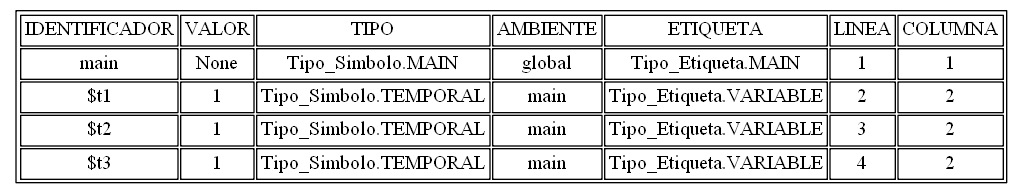
Earlier version of the Graphviz export tablasimbolos.png (AndreeAvalos/OLC2-AUGUS). Its source is kept beside it as tablasimbolos.dot.
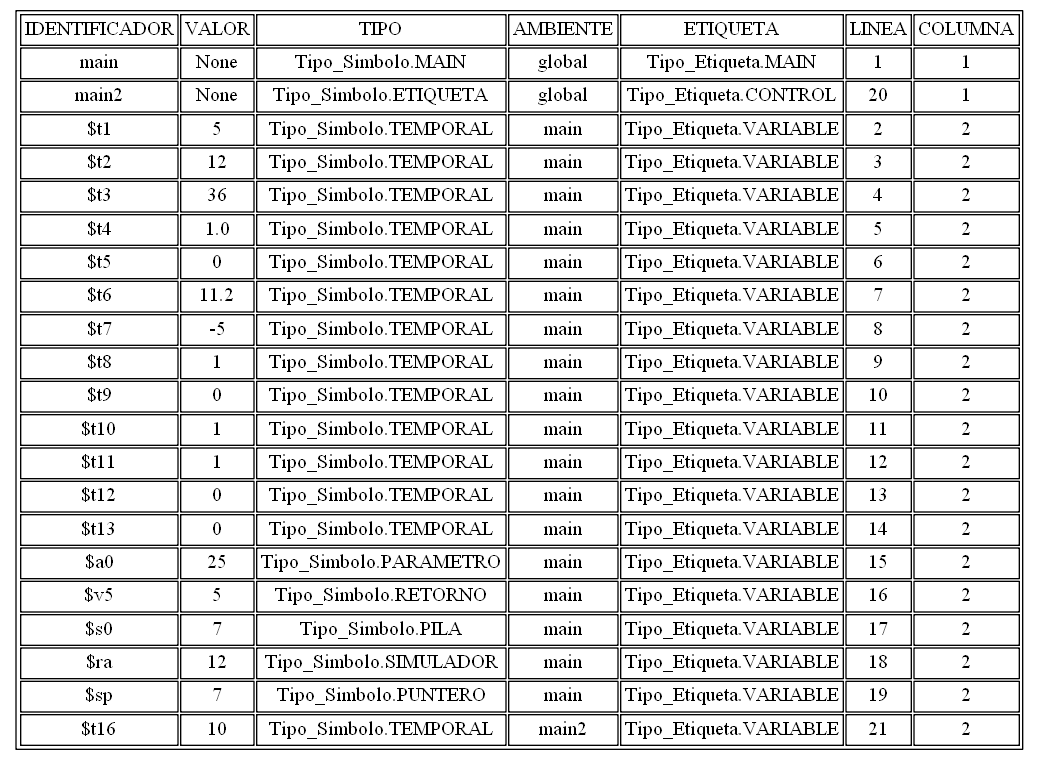
After the change.

Diff of the diagram source:
```diff
@@ -4,9 +4,26 @@
 arset [label=<<TABLE ALIGN="LEFT">
 <TR><TD>IDENTIFICADOR</TD><TD>VALOR</TD><TD>TIPO</TD><TD>AMBIENTE</TD><TD>ETIQUETA</TD><TD>LINEA</TD><TD>COLUMNA</TD></TR>
 <TR><TD>main</TD><TD>None</TD><TD>Tipo_Simbolo.MAIN</TD><TD>global</TD><TD>Tipo_Etiqueta.MAIN</TD><TD>1</TD><TD>1</TD></TR>
-<TR><TD>$t1</TD><TD>1</TD><TD>Tipo_Simbolo.TEMPORAL</TD><TD>main</TD><TD>Tipo_Etiqueta.VARIABLE</TD><TD>2</TD><TD>2</TD></TR>
-<TR><TD>$t2</TD><TD>1</TD><TD>Tipo_Simbolo.TEMPORAL</TD><TD>main</TD><TD>Tipo_Etiqueta.VARIABLE</TD><TD>3</TD><TD>2</TD></TR>
-<TR><TD>$t3</TD><TD>1</TD><TD>Tipo_Simbolo.TEMPORAL</TD><TD>main</TD><TD>Tipo_Etiqueta.VARIABLE</TD><TD>4</TD><TD>2</TD></TR>
+<TR><TD>main2</TD><TD>None</TD><TD>Tipo_Simbolo.ETIQUETA</TD><TD>global</TD><TD>Tipo_Etiqueta.CONTROL</TD><TD>20</TD><TD>1</TD></TR>
+<TR><TD>$t1</TD><TD>5</TD><TD>Tipo_Simbolo.TEMPORAL</TD><TD>main</TD><TD>Tipo_Etiqueta.VARIABLE</TD><TD>2</TD><TD>2</TD></TR>
+<TR><TD>$t2</TD><TD>12</TD><TD>Tipo_Simbolo.TEMPORAL</TD><TD>main</TD><TD>Tipo_Etiqueta.VARIABLE</TD><TD>3</TD><TD>2</TD></TR>
+<TR><TD>$t3</TD><TD>36</TD><TD>Tipo_Simbolo.TEMPORAL</TD><TD>main</TD><TD>Tipo_Etiqueta.VARIABLE</TD><TD>4</TD><TD>2</TD></TR>
+<TR><TD>$t4</TD><TD>1.0</TD><TD>Tipo_Simbolo.TEMPORAL</TD><TD>main</TD><TD>Tipo_Etiqueta.VARIABLE</TD><TD>5</TD><TD>2</TD></TR>
+<TR><TD>$t5</TD><TD>0</TD><TD>Tipo_Simbolo.TEMPORAL</TD><TD>main</TD><TD>Tipo_Etiqueta.VARIABLE</TD><TD>6</TD><TD>2</TD></TR>
+<TR><TD>$t6</TD><TD>11.2</TD><TD>Tipo_Simbolo.TEMPORAL</TD><TD>main</TD><TD>Tipo_Etiqueta.VARIABLE</TD><TD>7</TD><TD>2</TD></TR>
+<TR><TD>$t7</TD><TD>-5</TD><TD>Tipo_Simbolo.TEMPORAL</TD><TD>main</TD><TD>Tipo_Etiqueta.VARIABLE</TD><TD>8</TD><TD>2</TD></TR>
+<TR><TD>$t8</TD><TD>1</TD><TD>Tipo_Simbolo.TEMPORAL</TD><TD>main</TD><TD>Tipo_Etiqueta.VARIABLE</TD><TD>9</TD><TD>2</TD></TR>
+<TR><TD>$t9</TD><TD>0</TD><TD>Tipo_Simbolo.TEMPORAL</TD><TD>main</TD><TD>Tipo_Etiqueta.VARIABLE</TD><TD>10</TD><TD>2</TD></TR>
+<TR><TD>$t10</TD><TD>1</TD><TD>Tipo_Simbolo.TEMPORAL</TD><TD>main</TD><TD>Tipo_Etiqueta.VARIABLE</TD><TD>11</TD><TD>2</TD></TR>
+<TR><TD>$t11</TD><TD>1</TD><TD>Tipo_Simbolo.TEMPORAL</TD><TD>main</TD><TD>Tipo_Etiqueta.VARIABLE</TD><TD>12</TD><TD>2</TD></TR>
+<TR><TD>$t12</TD><TD>0</TD><TD>Tipo_Simbolo.TEMPORAL</TD><TD>main</TD><TD>Tipo_Etiqueta.VARIABLE</TD><TD>13</TD><TD>2</TD></TR>
+<TR><TD>$t13</TD><TD>0</TD><TD>Tipo_Simbolo.TEMPORAL</TD><TD>main</TD><TD>Tipo_Etiqueta.VARIABLE</TD><TD>14</TD><TD>2</TD></TR>
+<TR><TD>$a0</TD><TD>25</TD><TD>Tipo_Simbolo.PARAMETRO</TD><TD>main</TD><TD>Tipo_Etiqueta.VARIABLE</TD><TD>15</TD><TD>2</TD></TR>
+<TR><TD>$v5</TD><TD>5</TD><TD>Tipo_Simbolo.RETORNO</TD><TD>main</TD><TD>Tipo_Etiqueta.VARIABLE</TD><TD>16</TD><TD>2</TD></TR>
+<TR><TD>$s0</TD><TD>7</TD><TD>Tipo_Simbolo.PILA</TD><TD>main</TD><TD>Tipo_Etiqueta.VARIABLE</TD><TD>17</TD><TD>2</TD></TR>
+<TR><TD>$ra</TD><TD>12</TD><TD>Tipo_Simbolo.SIMULADOR</TD><TD>main</TD><TD>Tipo_Etiqueta.VARIABLE</TD><TD>18</TD><TD>2</TD></TR>
+<TR><TD>$sp</TD><TD>7</TD><TD>Tipo_Simbolo.PUNTERO</TD><TD>main</TD><TD>Tipo_Etiqueta.VARIABLE</TD><TD>19</TD><TD>2</TD></TR>
+<TR><TD>$t16</TD><TD>10</TD><TD>Tipo_Simbolo.TEMPORAL</TD><TD>main2</TD><TD>Tipo_Etiqueta.VARIABLE</TD><TD>21</TD><TD>2</TD></TR>
 </TABLE>
 >, ];
 }
```
